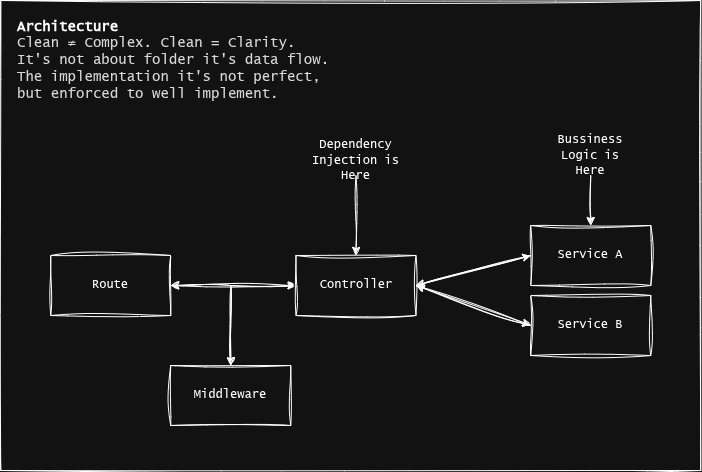
Before: docs/rekomendasiin.drawio.png, a diagram exported from draw.io (rpratama-codes/rekomendasiin-super-app-be). Source tidied: cells renumbered, new cells last; positions are measured from the earlier drawing's top-left corner, leaving out a move shared by most shapes. Source of this version:
```xml
<mxGraphModel>
  <root>
    <mxCell id="0" />
    <mxCell id="1" parent="0" />
    <mxCell id="2" style="rounded=0;whiteSpace=wrap;html=1;sketch=1;curveFitting=1;jiggle=2;" parent="1" vertex="1">
      <mxGeometry x="0.2" width="700" height="470" as="geometry" />
    </mxCell>
    <mxCell id="3" style="edgeStyle=orthogonalEdgeStyle;rounded=0;jettySize=auto;html=1;exitX=1;exitY=0.5;exitDx=0;exitDy=0;entryX=0;entryY=0.5;entryDx=0;entryDy=0;sketch=1;curveFitting=1;jiggle=2;" parent="1" edge="1" source="4" target="8">
      <mxGeometry relative="1" as="geometry" />
    </mxCell>
    <mxCell id="4" value="Route" style="rounded=0;whiteSpace=wrap;html=1;sketch=1;curveFitting=1;jiggle=2;fontFamily=Lucida Console;" parent="1" vertex="1">
      <mxGeometry x="50.2" y="255" width="120" height="60" as="geometry" />
    </mxCell>
    <mxCell id="5" style="rounded=0;jettySize=auto;html=1;exitX=1;exitY=0.5;exitDx=0;exitDy=0;entryX=0;entryY=0.5;entryDx=0;entryDy=0;sketch=1;curveFitting=1;jiggle=2;" parent="1" edge="1" source="8" target="10">
      <mxGeometry relative="1" as="geometry" />
    </mxCell>
    <mxCell id="6" style="rounded=0;jettySize=auto;html=1;exitX=1;exitY=0.5;exitDx=0;exitDy=0;entryX=0;entryY=0.5;entryDx=0;entryDy=0;sketch=1;curveFitting=1;jiggle=2;" parent="1" edge="1" source="8" target="14">
      <mxGeometry relative="1" as="geometry" />
    </mxCell>
    <mxCell id="7" style="edgeStyle=orthogonalEdgeStyle;rounded=0;jettySize=auto;html=1;sketch=1;curveFitting=1;jiggle=2;" parent="1" edge="1" source="8" target="12">
      <mxGeometry relative="1" as="geometry" />
    </mxCell>
    <mxCell id="8" value="Controller" style="rounded=0;whiteSpace=wrap;html=1;sketch=1;curveFitting=1;jiggle=2;fontFamily=Lucida Console;" parent="1" vertex="1">
      <mxGeometry x="295.5" y="255" width="120" height="60" as="geometry" />
    </mxCell>
    <mxCell id="9" style="rounded=0;jettySize=auto;html=1;exitX=0;exitY=0.5;exitDx=0;exitDy=0;entryX=1;entryY=0.5;entryDx=0;entryDy=0;sketch=1;curveFitting=1;jiggle=2;" parent="1" edge="1" source="10" target="8">
      <mxGeometry relative="1" as="geometry" />
    </mxCell>
    <mxCell id="10" value="Service A" style="rounded=0;whiteSpace=wrap;html=1;sketch=1;curveFitting=1;jiggle=2;fontFamily=Lucida Console;" parent="1" vertex="1">
      <mxGeometry x="530.2" y="225" width="120" height="60" as="geometry" />
    </mxCell>
    <mxCell id="11" style="edgeStyle=orthogonalEdgeStyle;rounded=0;jettySize=auto;html=1;exitX=0.5;exitY=0;exitDx=0;exitDy=0;entryX=1;entryY=0.5;entryDx=0;entryDy=0;sketch=1;curveFitting=1;jiggle=2;" parent="1" edge="1" source="12" target="4">
      <mxGeometry relative="1" as="geometry" />
    </mxCell>
    <mxCell id="12" value="Middleware" style="rounded=0;whiteSpace=wrap;html=1;sketch=1;curveFitting=1;jiggle=2;fontFamily=Lucida Console;" parent="1" vertex="1">
      <mxGeometry x="170.2" y="365" width="120" height="60" as="geometry" />
    </mxCell>
    <mxCell id="13" style="rounded=0;jettySize=auto;html=1;entryX=1;entryY=0.5;entryDx=0;entryDy=0;exitX=0;exitY=0.5;exitDx=0;exitDy=0;sketch=1;curveFitting=1;jiggle=2;" parent="1" edge="1" source="14" target="8">
      <mxGeometry relative="1" as="geometry" />
    </mxCell>
    <mxCell id="14" value="Service B" style="rounded=0;whiteSpace=wrap;html=1;sketch=1;curveFitting=1;jiggle=2;fontFamily=Lucida Console;" parent="1" vertex="1">
      <mxGeometry x="530.2" y="295" width="120" height="60" as="geometry" />
    </mxCell>
    <mxCell id="15" style="rounded=0;jettySize=auto;html=1;entryX=0.5;entryY=0;entryDx=0;entryDy=0;sketch=1;curveFitting=1;jiggle=2;" parent="1" edge="1" source="16" target="10">
      <mxGeometry relative="1" as="geometry" />
    </mxCell>
    <mxCell id="16" value="&lt;font face=&quot;Lucida Console&quot;&gt;Bussiness Logic is Here&lt;/font&gt;" style="text;html=1;whiteSpace=wrap;strokeColor=none;fillColor=none;align=center;verticalAlign=middle;rounded=0;sketch=1;curveFitting=1;jiggle=2;" parent="1" vertex="1">
      <mxGeometry x="550.2" y="135" width="80" height="40" as="geometry" />
    </mxCell>
    <mxCell id="17" value="&lt;div style=&quot;&quot;&gt;&lt;font face=&quot;Lucida Console&quot; style=&quot;font-size: 14px;&quot;&gt;&lt;b&gt;Architecture&lt;/b&gt;&lt;/font&gt;&lt;/div&gt;&lt;span style=&quot;color: rgba(0, 0, 0, 0.9); background-color: rgb(255, 255, 255);&quot;&gt;&lt;div style=&quot;&quot;&gt;&lt;span style=&quot;background-color: light-dark(rgb(255, 255, 255), rgb(18, 18, 18)); color: light-dark(rgba(0, 0, 0, 0.9), rgba(237, 237, 237, 0.9));&quot;&gt;&lt;font face=&quot;Lucida Console&quot; style=&quot;font-size: 14px;&quot;&gt;Clean ≠ Complex. Clean = Clarity.&lt;br&gt;It's not about folder it's data flow.&lt;br&gt;The implementation it's not perfect, but enforced to well implement.&lt;/font&gt;&lt;/span&gt;&lt;/div&gt;&lt;/span&gt;" style="text;html=1;whiteSpace=wrap;strokeColor=none;fillColor=none;align=left;verticalAlign=middle;rounded=0;" parent="1" vertex="1">
      <mxGeometry x="15" y="15" width="330" height="90" as="geometry" />
    </mxCell>
    <mxCell id="18" value="&lt;font face=&quot;Lucida Console&quot;&gt;Dependency Injection is Here&lt;/font&gt;" style="text;html=1;whiteSpace=wrap;strokeColor=none;fillColor=none;align=center;verticalAlign=middle;rounded=0;sketch=1;curveFitting=1;jiggle=2;" parent="1" vertex="1">
      <mxGeometry x="299.2" y="145" width="112.5" height="30" as="geometry" />
    </mxCell>
    <mxCell id="19" style="rounded=0;jettySize=auto;html=1;exitX=0.5;exitY=1;exitDx=0;exitDy=0;sketch=1;curveFitting=1;jiggle=2;entryX=0.5;entryY=0;entryDx=0;entryDy=0;" parent="1" edge="1" source="18" target="8">
      <mxGeometry relative="1" as="geometry" />
    </mxCell>
  </root>
</mxGraphModel>
```
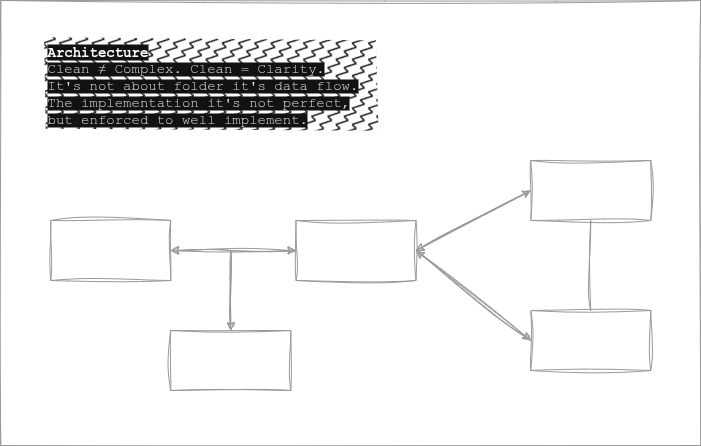
After the change.

What changed in the source:
```diff
@@ -2,59 +2,50 @@
   <root>
     <mxCell id="0" />
     <mxCell id="1" parent="0" />
-    <mxCell id="2" style="rounded=0;whiteSpace=wrap;html=1;sketch=1;curveFitting=1;jiggle=2;" parent="1" vertex="1">
-      <mxGeometry x="0.2" width="700" height="470" as="geometry" />
+    <mxCell id="2" style="rounded=0;whiteSpace=wrap;html=1;sketch=1;curveFitting=1;jiggle=2;fillColor=none;strokeColor=#999999;shadow=0;" parent="1" vertex="1">
+      <mxGeometry x="0.2" y="25" width="700" height="445" as="geometry" />
     </mxCell>
-    <mxCell id="3" style="edgeStyle=orthogonalEdgeStyle;rounded=0;jettySize=auto;html=1;exitX=1;exitY=0.5;exitDx=0;exitDy=0;entryX=0;entryY=0.5;entryDx=0;entryDy=0;sketch=1;curveFitting=1;jiggle=2;" parent="1" edge="1" source="4" target="8">
+    <mxCell id="3" style="edgeStyle=orthogonalEdgeStyle;rounded=0;jettySize=auto;html=1;exitX=1;exitY=0.5;exitDx=0;exitDy=0;entryX=0;entryY=0.5;entryDx=0;entryDy=0;sketch=1;curveFitting=1;jiggle=2;strokeColor=#999999;shadow=0;" parent="1" edge="1" source="4" target="8">
       <mxGeometry relative="1" as="geometry" />
     </mxCell>
-    <mxCell id="4" value="Route" style="rounded=0;whiteSpace=wrap;html=1;sketch=1;curveFitting=1;jiggle=2;fontFamily=Lucida Console;" parent="1" vertex="1">
-      <mxGeometry x="50.2" y="255" width="120" height="60" as="geometry" />
+    <mxCell id="4" value="Route" style="rounded=0;whiteSpace=wrap;html=1;sketch=1;curveFitting=1;jiggle=2;fontFamily=Courier New;fillColor=none;strokeColor=#999999;fontStyle=1;shadow=0;" parent="1" vertex="1">
+      <mxGeometry x="50.2" y="245" width="120" height="60" as="geometry" />
     </mxCell>
-    <mxCell id="5" style="rounded=0;jettySize=auto;html=1;exitX=1;exitY=0.5;exitDx=0;exitDy=0;entryX=0;entryY=0.5;entryDx=0;entryDy=0;sketch=1;curveFitting=1;jiggle=2;" parent="1" edge="1" source="8" target="10">
+    <mxCell id="5" style="rounded=0;jettySize=auto;html=1;exitX=1;exitY=0.5;exitDx=0;exitDy=0;entryX=0;entryY=0.5;entryDx=0;entryDy=0;sketch=1;curveFitting=1;jiggle=2;strokeColor=#999999;shadow=0;" parent="1" edge="1" source="8" target="10">
       <mxGeometry relative="1" as="geometry" />
     </mxCell>
-    <mxCell id="6" style="rounded=0;jettySize=auto;html=1;exitX=1;exitY=0.5;exitDx=0;exitDy=0;entryX=0;entryY=0.5;entryDx=0;entryDy=0;sketch=1;curveFitting=1;jiggle=2;" parent="1" edge="1" source="8" target="14">
+    <mxCell id="6" style="rounded=0;jettySize=auto;html=1;exitX=1;exitY=0.5;exitDx=0;exitDy=0;entryX=0;entryY=0.5;entryDx=0;entryDy=0;sketch=1;curveFitting=1;jiggle=2;strokeColor=#999999;shadow=0;" parent="1" edge="1" source="8" target="14">
       <mxGeometry relative="1" as="geometry" />
     </mxCell>
-    <mxCell id="7" style="edgeStyle=orthogonalEdgeStyle;rounded=0;jettySize=auto;html=1;sketch=1;curveFitting=1;jiggle=2;" parent="1" edge="1" source="8" target="12">
+    <mxCell id="7" style="edgeStyle=orthogonalEdgeStyle;rounded=0;jettySize=auto;html=1;sketch=1;curveFitting=1;jiggle=2;strokeColor=#999999;shadow=0;" parent="1" edge="1" source="8" target="12">
       <mxGeometry relative="1" as="geometry" />
     </mxCell>
-    <mxCell id="8" value="Controller" style="rounded=0;whiteSpace=wrap;html=1;sketch=1;curveFitting=1;jiggle=2;fontFamily=Lucida Console;" parent="1" vertex="1">
-      <mxGeometry x="295.5" y="255" width="120" height="60" as="geometry" />
+    <mxCell id="8" value="Controller" style="rounded=0;whiteSpace=wrap;html=1;sketch=1;curveFitting=1;jiggle=2;fontFamily=Courier New;fillColor=none;strokeColor=#999999;fontStyle=1;shadow=0;" parent="1" vertex="1">
+      <mxGeometry x="295.5" y="245" width="120" height="60" as="geometry" />
     </mxCell>
-    <mxCell id="9" style="rounded=0;jettySize=auto;html=1;exitX=0;exitY=0.5;exitDx=0;exitDy=0;entryX=1;entryY=0.5;entryDx=0;entryDy=0;sketch=1;curveFitting=1;jiggle=2;" parent="1" edge="1" source="10" target="8">
+    <mxCell id="9" style="rounded=0;jettySize=auto;html=1;exitX=0;exitY=0.5;exitDx=0;exitDy=0;entryX=1;entryY=0.5;entryDx=0;entryDy=0;sketch=1;curveFitting=1;jiggle=2;strokeColor=#999999;shadow=0;" parent="1" edge="1" source="10" target="8">
       <mxGeometry relative="1" as="geometry" />
     </mxCell>
+    <mxCell id="20" style="rounded=0;jettySize=auto;html=1;exitX=0.5;exitY=1;exitDx=0;exitDy=0;entryX=0.5;entryY=0;entryDx=0;entryDy=0;strokeColor=#999999;endArrow=none;endFill=0;sketch=1;curveFitting=1;jiggle=2;shadow=0;" parent="1" edge="1" source="10" target="14">
+      <mxGeometry relative="1" as="geometry" />
+    </mxCell>
-    <mxCell id="10" value="Service A" style="rounded=0;whiteSpace=wrap;html=1;sketch=1;curveFitting=1;jiggle=2;fontFamily=Lucida Console;" parent="1" vertex="1">
-      <mxGeometry x="530.2" y="225" width="120" height="60" as="geometry" />
+    <mxCell id="10" value="Service A" style="rounded=0;whiteSpace=wrap;html=1;sketch=1;curveFitting=1;jiggle=2;fontFamily=Courier New;fillColor=none;strokeColor=#999999;fontStyle=1;shadow=0;" parent="1" vertex="1">
+      <mxGeometry x="530.2" y="185" width="120" height="60" as="geometry" />
     </mxCell>
-    <mxCell id="11" style="edgeStyle=orthogonalEdgeStyle;rounded=0;jettySize=auto;html=1;exitX=0.5;exitY=0;exitDx=0;exitDy=0;entryX=1;entryY=0.5;entryDx=0;entryDy=0;sketch=1;curveFitting=1;jiggle=2;" parent="1" edge="1" source="12" target="4">
+    <mxCell id="11" style="edgeStyle=orthogonalEdgeStyle;rounded=0;jettySize=auto;html=1;exitX=0.5;exitY=0;exitDx=0;exitDy=0;entryX=1;entryY=0.5;entryDx=0;entryDy=0;sketch=1;curveFitting=1;jiggle=2;strokeColor=#999999;shadow=0;" parent="1" edge="1" source="12" target="4">
       <mxGeometry relative="1" as="geometry" />
     </mxCell>
-    <mxCell id="12" value="Middleware" style="rounded=0;whiteSpace=wrap;html=1;sketch=1;curveFitting=1;jiggle=2;fontFamily=Lucida Console;" parent="1" vertex="1">
-      <mxGeometry x="170.2" y="365" width="120" height="60" as="geometry" />
+    <mxCell id="12" value="Middleware" style="rounded=0;whiteSpace=wrap;html=1;sketch=1;curveFitting=1;jiggle=2;fontFamily=Courier New;fillColor=none;strokeColor=#999999;fontStyle=1;shadow=0;" parent="1" vertex="1">
+      <mxGeometry x="170.2" y="355" width="120" height="60" as="geometry" />
     </mxCell>
-    <mxCell id="13" style="rounded=0;jettySize=auto;html=1;entryX=1;entryY=0.5;entryDx=0;entryDy=0;exitX=0;exitY=0.5;exitDx=0;exitDy=0;sketch=1;curveFitting=1;jiggle=2;" parent="1" edge="1" source="14" target="8">
+    <mxCell id="13" style="rounded=0;jettySize=auto;html=1;entryX=1;entryY=0.5;entryDx=0;entryDy=0;exitX=0;exitY=0.5;exitDx=0;exitDy=0;sketch=1;curveFitting=1;jiggle=2;strokeColor=#999999;shadow=0;" parent="1" edge="1" source="14" target="8">
       <mxGeometry relative="1" as="geometry" />
     </mxCell>
-    <mxCell id="14" value="Service B" style="rounded=0;whiteSpace=wrap;html=1;sketch=1;curveFitting=1;jiggle=2;fontFamily=Lucida Console;" parent="1" vertex="1">
-      <mxGeometry x="530.2" y="295" width="120" height="60" as="geometry" />
+    <mxCell id="14" value="Service B" style="rounded=0;whiteSpace=wrap;html=1;sketch=1;curveFitting=1;jiggle=2;fontFamily=Courier New;fillColor=none;strokeColor=#999999;fontStyle=1;shadow=0;" parent="1" vertex="1">
+      <mxGeometry x="530.2" y="335" width="120" height="60" as="geometry" />
     </mxCell>
-    <mxCell id="15" style="rounded=0;jettySize=auto;html=1;entryX=0.5;entryY=0;entryDx=0;entryDy=0;sketch=1;curveFitting=1;jiggle=2;" parent="1" edge="1" source="16" target="10">
-      <mxGeometry relative="1" as="geometry" />
-    </mxCell>
-    <mxCell id="16" value="&lt;font face=&quot;Lucida Console&quot;&gt;Bussiness Logic is Here&lt;/font&gt;" style="text;html=1;whiteSpace=wrap;strokeColor=none;fillColor=none;align=center;verticalAlign=middle;rounded=0;sketch=1;curveFitting=1;jiggle=2;" parent="1" vertex="1">
-      <mxGeometry x="550.2" y="135" width="80" height="40" as="geometry" />
-    </mxCell>
-    <mxCell id="17" value="&lt;div style=&quot;&quot;&gt;&lt;font face=&quot;Lucida Console&quot; style=&quot;font-size: 14px;&quot;&gt;&lt;b&gt;Architecture&lt;/b&gt;&lt;/font&gt;&lt;/div&gt;&lt;span style=&quot;color: rgba(0, 0, 0, 0.9); background-color: rgb(255, 255, 255);&quot;&gt;&lt;div style=&quot;&quot;&gt;&lt;span style=&quot;background-color: light-dark(rgb(255, 255, 255), rgb(18, 18, 18)); color: light-dark(rgba(0, 0, 0, 0.9), rgba(237, 237, 237, 0.9));&quot;&gt;&lt;font face=&quot;Lucida Console&quot; style=&quot;font-size: 14px;&quot;&gt;Clean ≠ Complex. Clean = Clarity.&lt;br&gt;It's not about folder it's data flow.&lt;br&gt;The implementation it's not perfect, but enforced to well implement.&lt;/font&gt;&lt;/span&gt;&lt;/div&gt;&lt;/span&gt;" style="text;html=1;whiteSpace=wrap;strokeColor=none;fillColor=none;align=left;verticalAlign=middle;rounded=0;" parent="1" vertex="1">
-      <mxGeometry x="15" y="15" width="330" height="90" as="geometry" />
+    <mxCell id="17" value="&lt;div style=&quot;&quot;&gt;&lt;font style=&quot;font-size: 14px;&quot;&gt;&lt;b style=&quot;background-color: light-dark(#ffffff, var(--ge-dark-color, #121212));&quot;&gt;Architecture&lt;/b&gt;&lt;/font&gt;&lt;/div&gt;&lt;span style=&quot;color: rgba(0, 0, 0, 0.9);&quot;&gt;&lt;div style=&quot;&quot;&gt;&lt;span style=&quot;color: light-dark(rgba(0, 0, 0, 0.9), rgba(237, 237, 237, 0.9)); background-color: light-dark(#ffffff, var(--ge-dark-color, #121212));&quot;&gt;&lt;font style=&quot;font-size: 14px;&quot;&gt;Clean ≠ Complex. Clean = Clarity.&lt;br&gt;It's not about folder it's data flow.&lt;br&gt;The implementation it's not perfect, but enforced to well implement.&lt;/font&gt;&lt;/span&gt;&lt;/div&gt;&lt;/span&gt;" style="text;html=1;whiteSpace=wrap;align=left;verticalAlign=middle;rounded=0;sketch=1;curveFitting=1;jiggle=2;fontFamily=Courier New;shadow=0;fillColor=default;" parent="1" vertex="1">
+      <mxGeometry x="45" y="65" width="330" height="90" as="geometry" />
     </mxCell>
-    <mxCell id="18" value="&lt;font face=&quot;Lucida Console&quot;&gt;Dependency Injection is Here&lt;/font&gt;" style="text;html=1;whiteSpace=wrap;strokeColor=none;fillColor=none;align=center;verticalAlign=middle;rounded=0;sketch=1;curveFitting=1;jiggle=2;" parent="1" vertex="1">
-      <mxGeometry x="299.2" y="145" width="112.5" height="30" as="geometry" />
-    </mxCell>
-    <mxCell id="19" style="rounded=0;jettySize=auto;html=1;exitX=0.5;exitY=1;exitDx=0;exitDy=0;sketch=1;curveFitting=1;jiggle=2;entryX=0.5;entryY=0;entryDx=0;entryDy=0;" parent="1" edge="1" source="18" target="8">
-      <mxGeometry relative="1" as="geometry" />
-    </mxCell>
   </root>
 </mxGraphModel>
```
